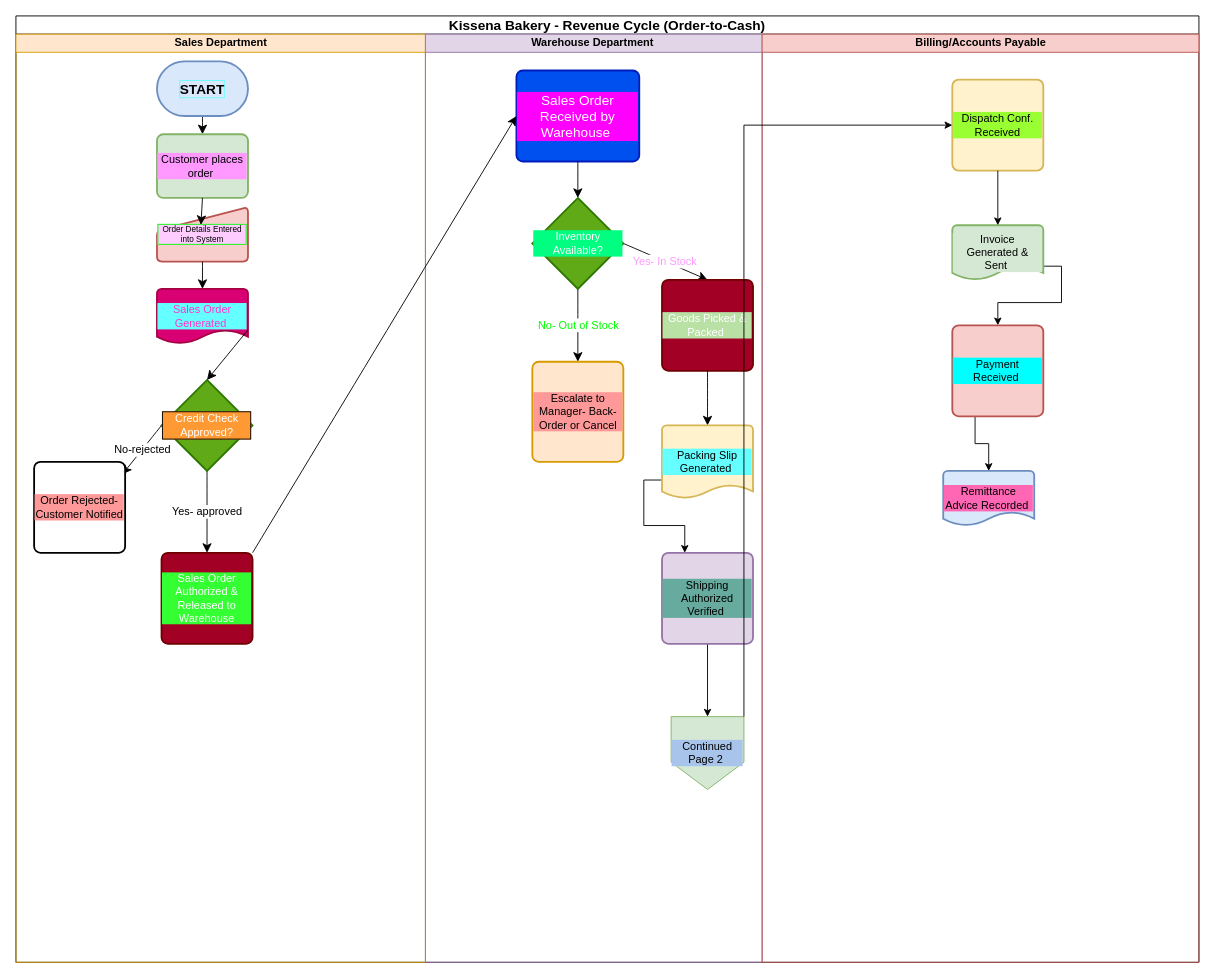
Before: page "Page-1" (1 of 2) of Revenue_Cycle_Controls.drawio in jacksharon/drawio, a draw.io diagram. Source tidied: cells renumbered, new cells numbered last; positions are measured from the earlier drawing's top-left corner, leaving out a move shared by most shapes. Both pictures are drawn from the tidied source at 91%, with x=0, y=0 at pixel (15, 15).
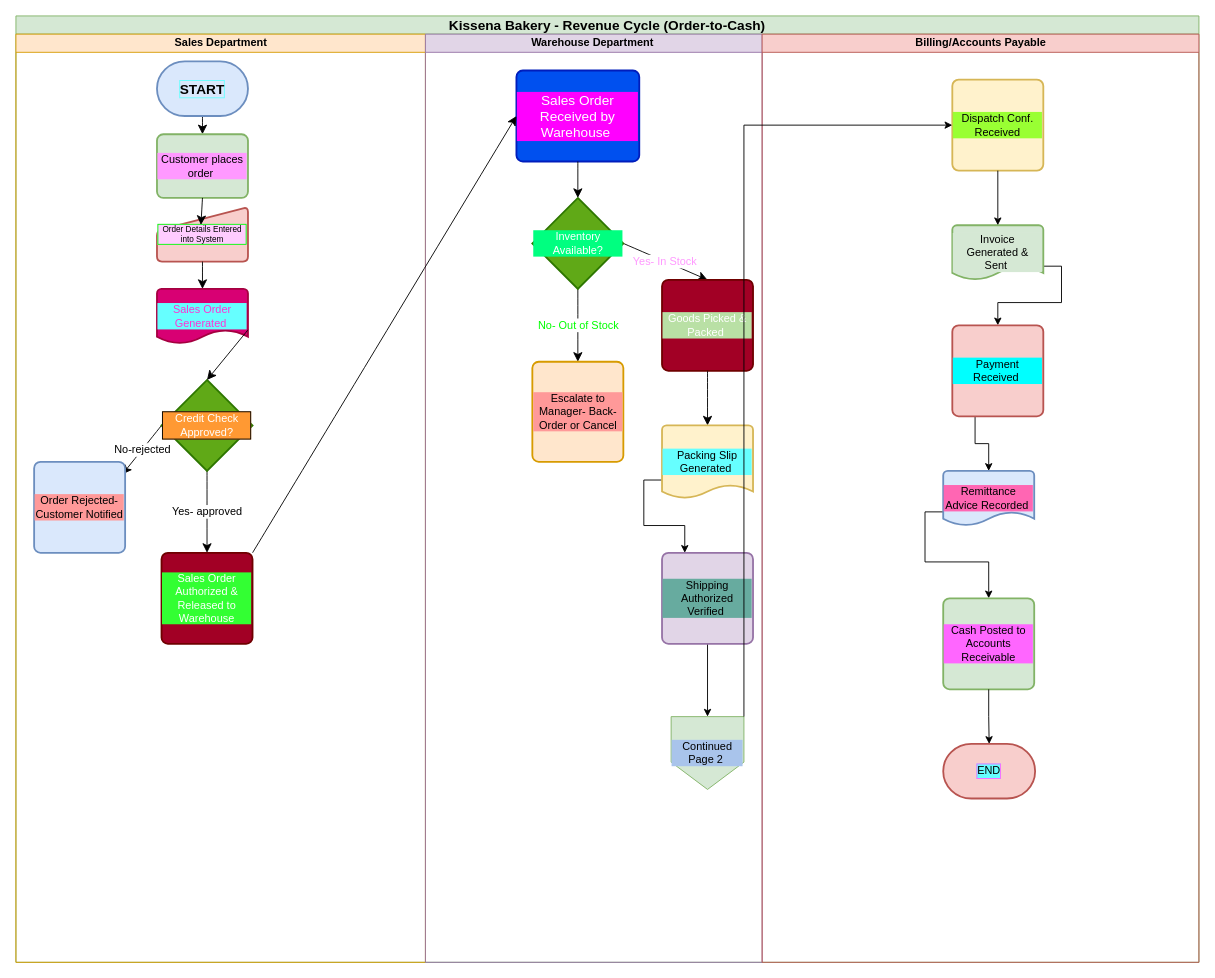
The same page after the edit.

Unchanged cells that the change refers to:
```xml
<mxCell id="3" value="Sales Department" style="swimlane;html=1;startSize=20;fillColor=#ffe6cc;strokeColor=#d79b00;" parent="2" vertex="1">
  <mxGeometry y="20" width="450" height="1020" as="geometry" />
</mxCell>
<mxCell id="31" value="Billing/Accounts Payable" style="swimlane;html=1;startSize=20;fillColor=#f8cecc;strokeColor=#b85450;" parent="2" vertex="1">
  <mxGeometry x="820" y="20" width="480" height="1020" as="geometry" />
</mxCell>
<mxCell id="38" value="Remittance Advice Recorded&amp;nbsp;" style="strokeWidth=2;html=1;shape=mxgraph.flowchart.document2;whiteSpace=wrap;size=0.25;labelBackgroundColor=#FF66B3;fillColor=#dae8fc;strokeColor=#6c8ebf;" parent="31" vertex="1">
  <mxGeometry x="199" y="480" width="100" height="60" as="geometry" />
</mxCell>
```

The edit, as a diff of the source:
```diff
@@
-    <mxCell id="2" value="Kissena Bakery - Revenue Cycle (Order-to-Cash)" style="swimlane;html=1;startSize=20;whiteSpace=wrap;fontSize=15;fillColor=none;" parent="1" vertex="1">
+    <mxCell id="2" value="Kissena Bakery - Revenue Cycle (Order-to-Cash)" style="swimlane;html=1;startSize=20;whiteSpace=wrap;fontSize=15;fillColor=#d5e8d4;strokeColor=#82b366;" parent="1" vertex="1">
       <mxGeometry width="1300" height="1040" as="geometry" />
     </mxCell>
@@
-    <mxCell id="15" value="Order Rejected- Customer Notified" style="rounded=1;whiteSpace=wrap;html=1;absoluteArcSize=1;arcSize=14;strokeWidth=2;labelBackgroundColor=#FF9999;" parent="3" vertex="1">
+    <mxCell id="15" value="Order Rejected- Customer Notified" style="rounded=1;whiteSpace=wrap;html=1;absoluteArcSize=1;arcSize=14;strokeWidth=2;labelBackgroundColor=#FF9999;fillColor=#dae8fc;strokeColor=#6c8ebf;" parent="3" vertex="1">
       <mxGeometry x="20" y="470" width="100" height="100" as="geometry" />
     </mxCell>
@@
+    <mxCell id="41" style="edgeStyle=orthogonalEdgeStyle;rounded=0;jettySize=auto;html=1;exitX=0;exitY=0.75;exitDx=0;exitDy=0;exitPerimeter=0;entryX=0.5;entryY=0;entryDx=0;entryDy=0;" parent="31" edge="1" source="38" target="42">
+      <mxGeometry relative="1" as="geometry" />
+    </mxCell>
@@
+    <mxCell id="42" value="Cash Posted to Accounts Receivable" style="rounded=1;whiteSpace=wrap;html=1;absoluteArcSize=1;arcSize=14;strokeWidth=2;fillColor=#d5e8d4;strokeColor=#82b366;labelBackgroundColor=#FF66FF;" parent="31" vertex="1">
+      <mxGeometry x="199" y="620" width="100" height="100" as="geometry" />
+    </mxCell>
+    <mxCell id="43" value="END" style="strokeWidth=2;html=1;shape=mxgraph.flowchart.terminator;whiteSpace=wrap;fillColor=#f8cecc;strokeColor=#b85450;labelBackgroundColor=#66FFFF;labelBorderColor=#FF66FF;" parent="31" vertex="1">
+      <mxGeometry x="199" y="780" width="101" height="60" as="geometry" />
+    </mxCell>
+    <mxCell id="44" style="edgeStyle=orthogonalEdgeStyle;rounded=0;jettySize=auto;html=1;exitX=0.5;exitY=1;exitDx=0;exitDy=0;entryX=0.5;entryY=0;entryDx=0;entryDy=0;entryPerimeter=0;" parent="31" edge="1" source="42" target="43">
+      <mxGeometry relative="1" as="geometry" />
+    </mxCell>
```
